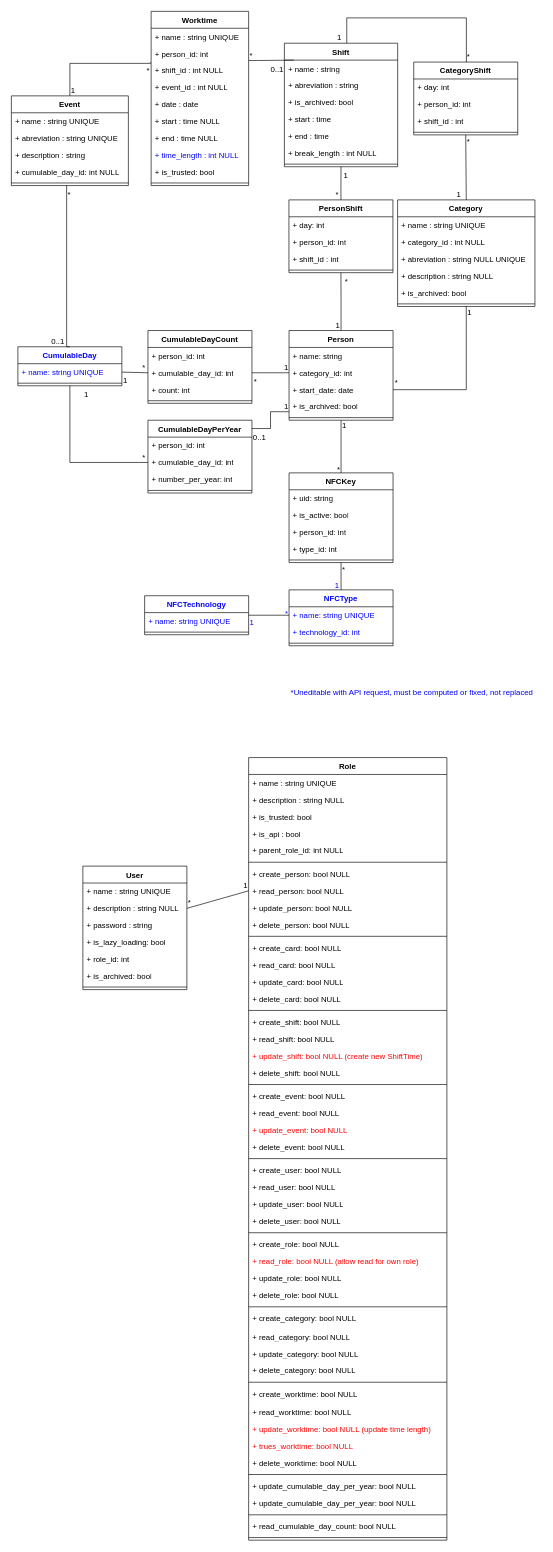
This is TimeManagerMLD.drawio from FrShao/TimeManager, a draw.io file, before an edit. Source tidied: cells renumbered, new cells numbered last; positions are measured from the earlier drawing's top-left corner, leaving out a move shared by most shapes. Both pictures are drawn from the tidied source at 65%, with x=0, y=0 at pixel (11, 11).
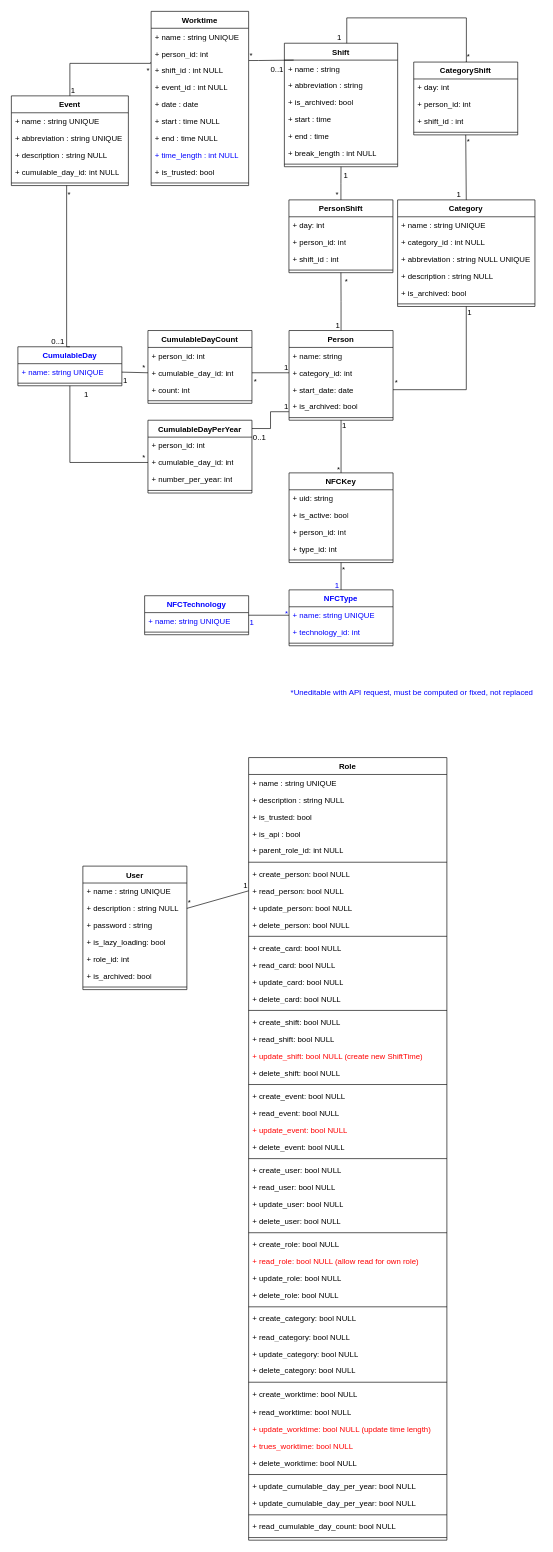
The same page after the edit.

Commit message:
Mettre à jour TimeManagerMLD.drawio

The change refers to these unchanged cells:
```xml
<mxCell id="61" value="Category" style="swimlane;fontStyle=1;align=center;verticalAlign=top;horizontal=1;startSize=26;whiteSpace=wrap;html=1;" parent="1" vertex="1">
  <mxGeometry x="594.2" y="290" width="211.3" height="164" as="geometry" />
</mxCell>
<mxCell id="79" value="Shift" style="swimlane;fontStyle=1;align=center;verticalAlign=top;horizontal=1;startSize=26;whiteSpace=wrap;html=1;" parent="1" vertex="1">
  <mxGeometry x="420" y="49" width="174.3" height="190" as="geometry" />
</mxCell>
<mxCell id="101" value="Event" style="swimlane;fontStyle=1;align=center;verticalAlign=top;horizontal=1;startSize=26;whiteSpace=wrap;html=1;" parent="1" vertex="1">
  <mxGeometry y="130" width="180" height="138" as="geometry" />
</mxCell>
```

Change to the diagram source:
```diff
@@
-    <mxCell id="64" value="+ abreviation : string NULL UNIQUE" style="text;strokeColor=none;fillColor=none;align=left;verticalAlign=top;spacingLeft=4;spacingRight=4;overflow=hidden;whiteSpace=wrap;html=1;" parent="61" vertex="1">
+    <mxCell id="64" value="+ abbreviation : string NULL UNIQUE" style="text;strokeColor=none;fillColor=none;align=left;verticalAlign=top;spacingLeft=4;spacingRight=4;overflow=hidden;whiteSpace=wrap;html=1;" parent="61" vertex="1">
       <mxGeometry y="78" width="211.3" height="26" as="geometry" />
     </mxCell>
@@
-    <mxCell id="81" value="+ abreviation : string" style="text;strokeColor=none;fillColor=none;align=left;verticalAlign=top;spacingLeft=4;spacingRight=4;overflow=hidden;whiteSpace=wrap;html=1;" parent="79" vertex="1">
+    <mxCell id="81" value="+ abbreviation : string" style="text;strokeColor=none;fillColor=none;align=left;verticalAlign=top;spacingLeft=4;spacingRight=4;overflow=hidden;whiteSpace=wrap;html=1;" parent="79" vertex="1">
       <mxGeometry y="52" width="174.3" height="26" as="geometry" />
     </mxCell>
@@
-    <mxCell id="103" value="+ abreviation : string UNIQUE" style="text;strokeColor=none;fillColor=none;align=left;verticalAlign=top;spacingLeft=4;spacingRight=4;overflow=hidden;whiteSpace=wrap;html=1;" parent="101" vertex="1">
+    <mxCell id="103" value="+ abbreviation : string UNIQUE" style="text;strokeColor=none;fillColor=none;align=left;verticalAlign=top;spacingLeft=4;spacingRight=4;overflow=hidden;whiteSpace=wrap;html=1;" parent="101" vertex="1">
       <mxGeometry y="52" width="180" height="26" as="geometry" />
     </mxCell>
-    <mxCell id="104" value="+ description : string" style="text;strokeColor=none;fillColor=none;align=left;verticalAlign=top;spacingLeft=4;spacingRight=4;overflow=hidden;whiteSpace=wrap;html=1;" parent="101" vertex="1">
+    <mxCell id="104" value="+ description : string NULL" style="text;strokeColor=none;fillColor=none;align=left;verticalAlign=top;spacingLeft=4;spacingRight=4;overflow=hidden;whiteSpace=wrap;html=1;" parent="101" vertex="1">
       <mxGeometry y="78" width="180" height="26" as="geometry" />
     </mxCell>
```
